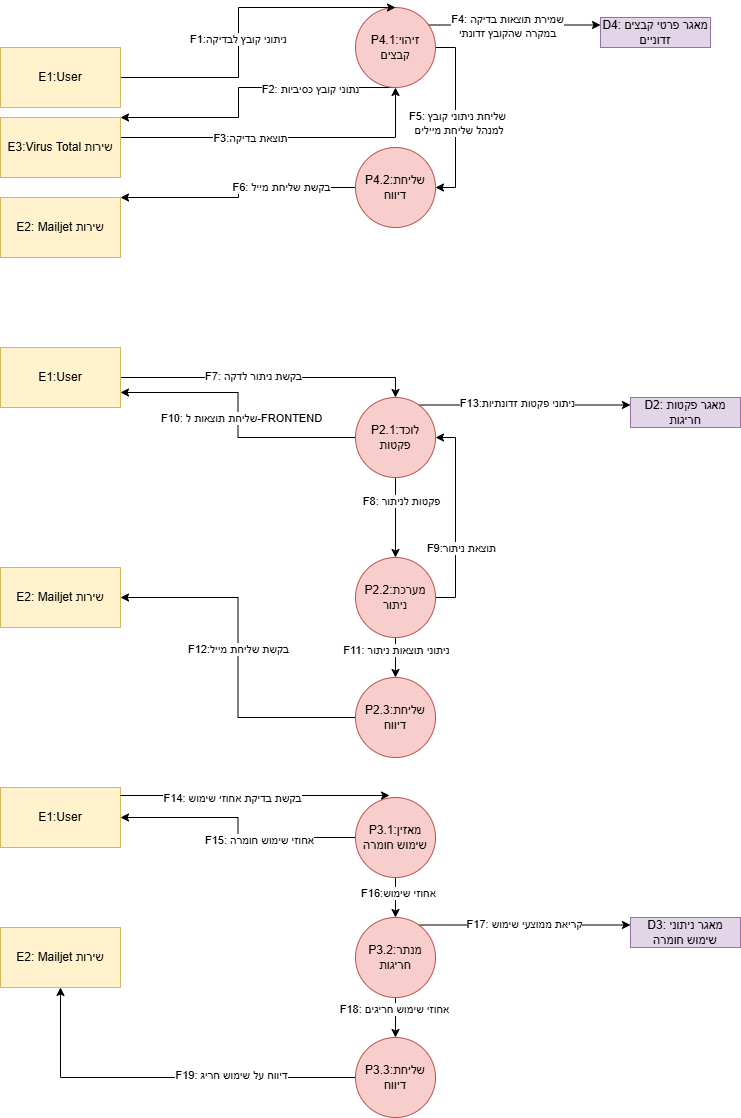
EyasSh/WiresharkClone keeps this draw.io diagram as הפרוייקט/DFD1_E.drawio.png. Above is the earlier version. Source tidied: cells renumbered, new cells last; positions are measured from the earlier drawing's top-left corner, leaving out a move shared by most shapes.
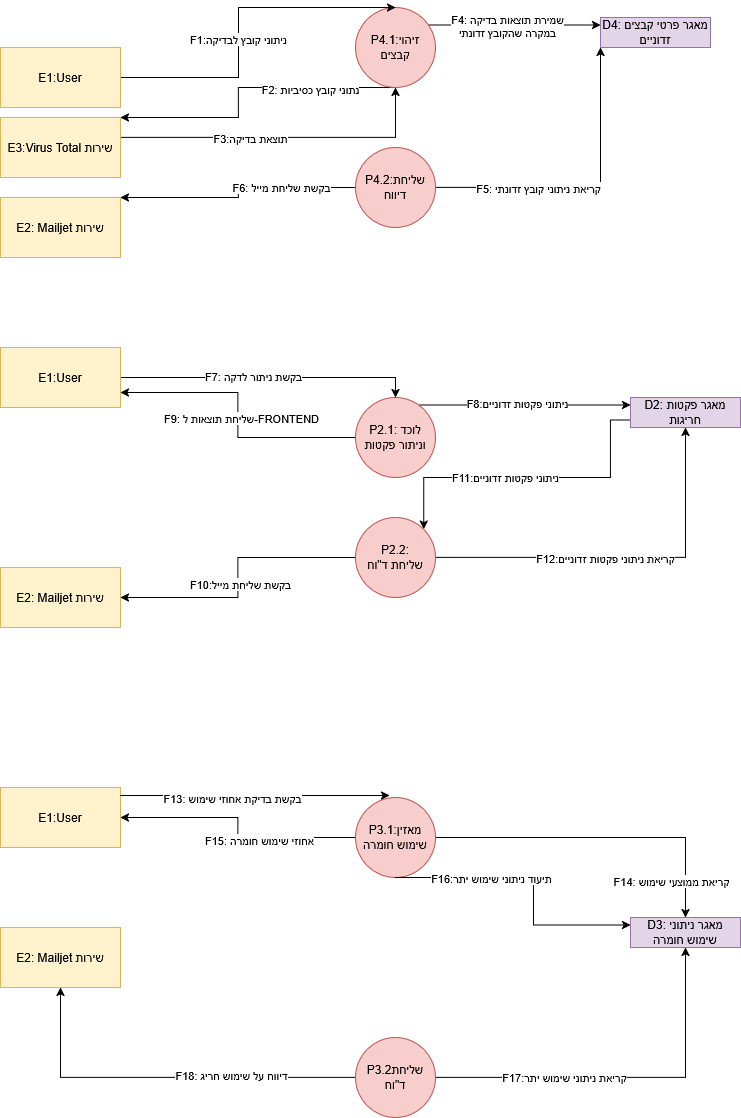
After the change.

Change to the diagram source:
```diff
@@ -25,12 +25,12 @@
         <mxPoint y="1" as="offset" />
       </mxGeometry>
     </mxCell>
-    <mxCell id="6" style="edgeStyle=orthogonalEdgeStyle;rounded=0;jettySize=auto;html=1;entryX=1;entryY=0.5;entryDx=0;entryDy=0;exitX=1;exitY=0.5;exitDx=0;exitDy=0;" parent="1" edge="1" source="8" target="11">
+    <mxCell id="6" style="edgeStyle=orthogonalEdgeStyle;rounded=0;jettySize=auto;html=1;entryX=0;entryY=1;entryDx=0;entryDy=0;exitX=1;exitY=0.5;exitDx=0;exitDy=0;" parent="1" edge="1" source="11" target="31">
       <mxGeometry relative="1" as="geometry" />
     </mxCell>
-    <mxCell id="7" value="&lt;div&gt;F5: שליחת ניתוני קובץ&lt;/div&gt;&lt;div&gt;&amp;nbsp;למנהל שליחת מיילים&lt;/div&gt;" style="edgeLabel;html=1;align=center;verticalAlign=middle;" parent="6" vertex="1">
+    <mxCell id="7" value="&lt;div&gt;F5: קריאת ניתוני קובץ זדונתי&lt;/div&gt;" style="edgeLabel;html=1;align=center;verticalAlign=middle;" parent="6" vertex="1">
       <mxGeometry x="-0.33" y="1" relative="1" as="geometry">
-        <mxPoint y="35" as="offset" />
+        <mxPoint y="1" as="offset" />
       </mxGeometry>
     </mxCell>
     <mxCell id="8" value="P4.1:זיהוי קבצים" style="ellipse;whiteSpace=wrap;html=1;fillColor=#f8cecc;strokeColor=#b85450;" parent="1" vertex="1">
@@ -50,16 +50,10 @@
     <mxCell id="11" value="P4.2:שליחת דיווח" style="ellipse;whiteSpace=wrap;html=1;fillColor=#f8cecc;strokeColor=#b85450;" parent="1" vertex="1">
       <mxGeometry x="355" y="140" width="80" height="80" as="geometry" />
     </mxCell>
-    <mxCell id="12" style="edgeStyle=orthogonalEdgeStyle;rounded=0;jettySize=auto;html=1;entryX=0.5;entryY=0;entryDx=0;entryDy=0;" parent="1" edge="1" source="18" target="23">
-      <mxGeometry relative="1" as="geometry" />
-    </mxCell>
-    <mxCell id="13" value="F8: פקטות לניתור" style="edgeLabel;html=1;align=center;verticalAlign=middle;" parent="12" vertex="1">
-      <mxGeometry x="-0.42" y="5" relative="1" as="geometry" />
-    </mxCell>
     <mxCell id="14" style="edgeStyle=orthogonalEdgeStyle;rounded=0;jettySize=auto;html=1;entryX=1;entryY=0.75;entryDx=0;entryDy=0;" parent="1" edge="1" source="18" target="36">
       <mxGeometry relative="1" as="geometry" />
     </mxCell>
-    <mxCell id="15" value="F10: שליחת תוצאות ל-FRONTEND" style="edgeLabel;html=1;align=center;verticalAlign=middle;" parent="14" vertex="1">
+    <mxCell id="15" value="F9: שליחת תוצאות ל-FRONTEND" style="edgeLabel;html=1;align=center;verticalAlign=middle;" parent="14" vertex="1">
       <mxGeometry x="-0.61" relative="1" as="geometry">
         <mxPoint x="-61" y="-20" as="offset" />
       </mxGeometry>
@@ -71,36 +65,14 @@
         </Array>
       </mxGeometry>
     </mxCell>
-    <mxCell id="17" value="F13:ניתוני פקטות זדונתיות" style="edgeLabel;html=1;align=center;verticalAlign=middle;" parent="16" vertex="1">
+    <mxCell id="17" value="F8:ניתוני פקטות&amp;nbsp;זדוניים" style="edgeLabel;html=1;align=center;verticalAlign=middle;" parent="16" vertex="1">
       <mxGeometry x="-0.08" y="3" relative="1" as="geometry">
         <mxPoint y="1" as="offset" />
       </mxGeometry>
     </mxCell>
-    <mxCell id="18" value="P2.1:לוכד פקטות" style="ellipse;whiteSpace=wrap;html=1;fillColor=#f8cecc;strokeColor=#b85450;" parent="1" vertex="1">
+    <mxCell id="18" value="P2.1:לוכד&amp;nbsp; וניתור פקטות" style="ellipse;whiteSpace=wrap;html=1;fillColor=#f8cecc;strokeColor=#b85450;" parent="1" vertex="1">
       <mxGeometry x="355" y="390" width="80" height="80" as="geometry" />
     </mxCell>
-    <mxCell id="19" style="edgeStyle=orthogonalEdgeStyle;rounded=0;jettySize=auto;html=1;entryX=1;entryY=0.5;entryDx=0;entryDy=0;" parent="1" edge="1" source="23" target="18">
-      <mxGeometry relative="1" as="geometry">
-        <Array as="points">
-          <mxPoint x="455" y="590" />
-          <mxPoint x="455" y="430" />
-        </Array>
-      </mxGeometry>
-    </mxCell>
-    <mxCell id="20" value="F9:תוצאת ניתור" style="edgeLabel;html=1;align=center;verticalAlign=middle;" parent="19" vertex="1">
-      <mxGeometry x="0.1" y="-4" relative="1" as="geometry">
-        <mxPoint x="1" y="40" as="offset" />
-      </mxGeometry>
-    </mxCell>
-    <mxCell id="21" style="edgeStyle=orthogonalEdgeStyle;rounded=0;jettySize=auto;html=1;entryX=0.5;entryY=0;entryDx=0;entryDy=0;" parent="1" edge="1" source="23" target="40">
-      <mxGeometry relative="1" as="geometry" />
-    </mxCell>
-    <mxCell id="22" value="F11: ניתוני תוצאות ניתור" style="edgeLabel;html=1;align=center;verticalAlign=middle;" parent="21" vertex="1">
-      <mxGeometry x="-0.4" relative="1" as="geometry" />
-    </mxCell>
-    <mxCell id="23" value="P2.2:מערכת ניתור" style="ellipse;whiteSpace=wrap;html=1;fillColor=#f8cecc;strokeColor=#b85450;" parent="1" vertex="1">
-      <mxGeometry x="355" y="550" width="80" height="80" as="geometry" />
-    </mxCell>
     <mxCell id="24" style="edgeStyle=orthogonalEdgeStyle;rounded=0;jettySize=auto;html=1;entryX=0.5;entryY=0;entryDx=0;entryDy=0;" parent="1" edge="1" source="26" target="8">
       <mxGeometry relative="1" as="geometry">
         <Array as="points">
@@ -134,6 +106,18 @@
     <mxCell id="31" value="D4: מאגר פרטי קבצים זדוניים" style="rounded=0;whiteSpace=wrap;html=1;fillColor=#e1d5e7;strokeColor=#9673a6;" parent="1" vertex="1">
       <mxGeometry x="600" y="10" width="110" height="30" as="geometry" />
     </mxCell>
+    <mxCell id="58" style="edgeStyle=orthogonalEdgeStyle;rounded=0;jettySize=auto;html=1;entryX=1;entryY=0;entryDx=0;entryDy=0;exitX=0;exitY=0.75;exitDx=0;exitDy=0;" parent="1" edge="1" source="32" target="40">
+      <mxGeometry relative="1" as="geometry">
+        <Array as="points">
+          <mxPoint x="610" y="413" />
+          <mxPoint x="610" y="470" />
+          <mxPoint x="423" y="470" />
+        </Array>
+      </mxGeometry>
+    </mxCell>
+    <mxCell id="59" value="F11:ניתוני פקטות זדוניים" style="edgeLabel;html=1;align=center;verticalAlign=middle;" parent="58" vertex="1">
+      <mxGeometry x="0.16" y="-1" relative="1" as="geometry" />
+    </mxCell>
     <mxCell id="32" value="D2: מאגר פקטות חריגות" style="rounded=0;whiteSpace=wrap;html=1;fillColor=#e1d5e7;strokeColor=#9673a6;" parent="1" vertex="1">
       <mxGeometry x="630" y="390" width="110" height="30" as="geometry" />
     </mxCell>
@@ -155,13 +139,21 @@
     <mxCell id="38" style="edgeStyle=orthogonalEdgeStyle;rounded=0;jettySize=auto;html=1;entryX=1;entryY=0.5;entryDx=0;entryDy=0;" parent="1" edge="1" source="40" target="37">
       <mxGeometry relative="1" as="geometry" />
     </mxCell>
-    <mxCell id="39" value="F12:בקשת שליחת מייל" style="edgeLabel;html=1;align=center;verticalAlign=middle;" parent="38" vertex="1">
+    <mxCell id="39" value="F10:בקשת שליחת מייל" style="edgeLabel;html=1;align=center;verticalAlign=middle;" parent="38" vertex="1">
       <mxGeometry x="0.05" y="1" relative="1" as="geometry">
         <mxPoint x="1" as="offset" />
       </mxGeometry>
     </mxCell>
+    <mxCell id="60" style="edgeStyle=orthogonalEdgeStyle;rounded=0;jettySize=auto;html=1;entryX=0.5;entryY=1;entryDx=0;entryDy=0;" parent="1" edge="1" source="40" target="32">
+      <mxGeometry relative="1" as="geometry" />
+    </mxCell>
+    <mxCell id="61" value="F12:קריאת ניתוני פקטות&amp;nbsp;זדוניים" style="edgeLabel;html=1;align=center;verticalAlign=middle;" parent="60" vertex="1">
+      <mxGeometry x="-0.11" y="1" relative="1" as="geometry">
+        <mxPoint y="1" as="offset" />
+      </mxGeometry>
+    </mxCell>
-    <mxCell id="40" value="P2.3:שליחת דיווח" style="ellipse;whiteSpace=wrap;html=1;fillColor=#f8cecc;strokeColor=#b85450;" parent="1" vertex="1">
-      <mxGeometry x="355" y="670" width="80" height="80" as="geometry" />
+    <mxCell id="40" value="&lt;div&gt;P2.2:&lt;/div&gt;&lt;div&gt;שליחת&amp;nbsp;ד&quot;וח&lt;/div&gt;" style="ellipse;whiteSpace=wrap;html=1;fillColor=#f8cecc;strokeColor=#b85450;" parent="1" vertex="1">
+      <mxGeometry x="355" y="510" width="80" height="80" as="geometry" />
     </mxCell>
     <mxCell id="41" style="edgeStyle=orthogonalEdgeStyle;rounded=0;jettySize=auto;html=1;entryX=1;entryY=0.5;entryDx=0;entryDy=0;" parent="1" edge="1" source="45" target="46">
       <mxGeometry relative="1" as="geometry" />
@@ -169,12 +161,9 @@
     <mxCell id="42" value="F15: אחוזי שימוש חומרה" style="edgeLabel;html=1;align=center;verticalAlign=middle;" parent="41" vertex="1">
       <mxGeometry x="-0.24" y="2" relative="1" as="geometry" />
     </mxCell>
-    <mxCell id="43" style="edgeStyle=orthogonalEdgeStyle;rounded=0;jettySize=auto;html=1;entryX=0.5;entryY=0;entryDx=0;entryDy=0;" parent="1" edge="1" source="45" target="55">
-      <mxGeometry relative="1" as="geometry" />
-    </mxCell>
-    <mxCell id="44" value="F16:אחוזי שימוש" style="edgeLabel;html=1;align=center;verticalAlign=middle;" parent="43" vertex="1">
-      <mxGeometry x="-0.25" y="2" relative="1" as="geometry" />
-    </mxCell>
+    <mxCell id="62" style="edgeStyle=orthogonalEdgeStyle;rounded=0;jettySize=auto;html=1;entryX=0.5;entryY=0;entryDx=0;entryDy=0;" parent="1" edge="1" source="45" target="33">
+      <mxGeometry relative="1" as="geometry" />
+    </mxCell>
     <mxCell id="45" value="P3.1:מאזין שימוש חומרה" style="ellipse;whiteSpace=wrap;html=1;fillColor=#f8cecc;strokeColor=#b85450;" parent="1" vertex="1">
       <mxGeometry x="355" y="790" width="80" height="80" as="geometry" />
     </mxCell>
@@ -187,33 +176,36 @@
     <mxCell id="48" style="edgeStyle=orthogonalEdgeStyle;rounded=0;jettySize=auto;html=1;entryX=0.5;entryY=1;entryDx=0;entryDy=0;" parent="1" edge="1" source="50" target="47">
       <mxGeometry relative="1" as="geometry" />
     </mxCell>
-    <mxCell id="49" value="F19: דיווח על שימוש חריג" style="edgeLabel;html=1;align=center;verticalAlign=middle;" parent="48" vertex="1">
+    <mxCell id="49" value="F18: דיווח על שימוש חריג" style="edgeLabel;html=1;align=center;verticalAlign=middle;" parent="48" vertex="1">
       <mxGeometry x="-0.35" y="-3" relative="1" as="geometry" />
     </mxCell>
+    <mxCell id="63" style="edgeStyle=orthogonalEdgeStyle;rounded=0;jettySize=auto;html=1;entryX=0.5;entryY=1;entryDx=0;entryDy=0;" parent="1" edge="1" source="50" target="33">
+      <mxGeometry relative="1" as="geometry" />
+    </mxCell>
+    <mxCell id="64" value="F17:קריאת ניתוני שימוש יתר" style="edgeLabel;html=1;align=center;verticalAlign=middle;" parent="63" vertex="1">
+      <mxGeometry x="-0.33" y="1" relative="1" as="geometry" />
+    </mxCell>
-    <mxCell id="50" value="P3.3:שליחת דיווח" style="ellipse;whiteSpace=wrap;html=1;fillColor=#f8cecc;strokeColor=#b85450;" parent="1" vertex="1">
+    <mxCell id="50" value="P3.2שליחת ד&quot;וח" style="ellipse;whiteSpace=wrap;html=1;fillColor=#f8cecc;strokeColor=#b85450;" parent="1" vertex="1">
       <mxGeometry x="355" y="1030" width="80" height="80" as="geometry" />
     </mxCell>
-    <mxCell id="51" style="edgeStyle=orthogonalEdgeStyle;rounded=0;jettySize=auto;html=1;entryX=0;entryY=0.25;entryDx=0;entryDy=0;" parent="1" edge="1" source="55" target="33">
+    <mxCell id="51" style="edgeStyle=orthogonalEdgeStyle;rounded=0;jettySize=auto;html=1;entryX=0;entryY=0.25;entryDx=0;entryDy=0;exitX=0.5;exitY=1;exitDx=0;exitDy=0;" parent="1" edge="1" source="45" target="33">
       <mxGeometry relative="1" as="geometry">
         <Array as="points">
+          <mxPoint x="533" y="870" />
           <mxPoint x="533" y="918" />
         </Array>
       </mxGeometry>
     </mxCell>
-    <mxCell id="52" value="F17: קריאת ממוצעי שימוש" style="edgeLabel;html=1;align=center;verticalAlign=middle;" parent="51" vertex="1">
+    <mxCell id="52" value="F14: קריאת ממוצעי שימוש" style="edgeLabel;html=1;align=center;verticalAlign=middle;" parent="51" vertex="1">
       <mxGeometry x="-0.01" y="2" relative="1" as="geometry">
-        <mxPoint y="1" as="offset" />
+        <mxPoint x="135" y="1" as="offset" />
       </mxGeometry>
     </mxCell>
-    <mxCell id="53" style="edgeStyle=orthogonalEdgeStyle;rounded=0;jettySize=auto;html=1;entryX=0.5;entryY=0;entryDx=0;entryDy=0;" parent="1" edge="1" source="55" target="50">
-      <mxGeometry relative="1" as="geometry" />
-    </mxCell>
-    <mxCell id="54" value="F18: אחוזי שימוש חריגים" style="edgeLabel;html=1;align=center;verticalAlign=middle;" parent="53" vertex="1">
-      <mxGeometry x="-0.45" y="-2" relative="1" as="geometry" />
-    </mxCell>
-    <mxCell id="55" value="P3.2:מנתר חריגות" style="ellipse;whiteSpace=wrap;html=1;fillColor=#f8cecc;strokeColor=#b85450;" parent="1" vertex="1">
-      <mxGeometry x="355" y="910" width="80" height="80" as="geometry" />
-    </mxCell>
+    <mxCell id="65" value="F16:תיעוד ניתוני שימוש יתר" style="edgeLabel;html=1;align=center;verticalAlign=middle;" parent="51" vertex="1">
+      <mxGeometry x="-0.61" y="1" relative="1" as="geometry">
+        <mxPoint x="40" y="1" as="offset" />
+      </mxGeometry>
+    </mxCell>
     <mxCell id="56" style="edgeStyle=orthogonalEdgeStyle;rounded=0;jettySize=auto;html=1;entryX=0.425;entryY=-0.025;entryDx=0;entryDy=0;entryPerimeter=0;" parent="1" edge="1" source="46" target="45">
       <mxGeometry relative="1" as="geometry">
         <Array as="points">
@@ -222,7 +214,7 @@
         </Array>
       </mxGeometry>
     </mxCell>
-    <mxCell id="57" value="F14: בקשת בדיקת אחוזי שימוש" style="edgeLabel;html=1;align=center;verticalAlign=middle;" parent="56" vertex="1">
+    <mxCell id="57" value="F13: בקשת בדיקת אחוזי שימוש" style="edgeLabel;html=1;align=center;verticalAlign=middle;" parent="56" vertex="1">
       <mxGeometry x="-0.17" y="-2" relative="1" as="geometry" />
     </mxCell>
   </root>
```
